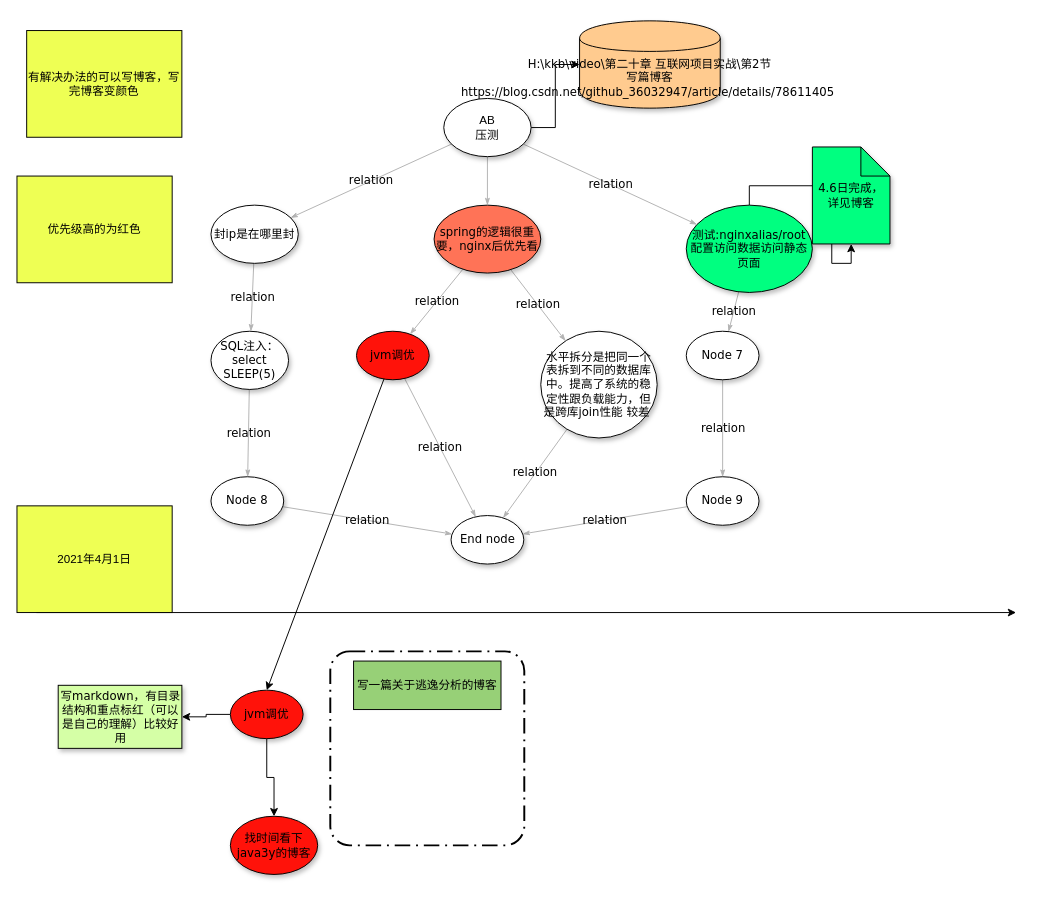
Above: 待办.drawio in pikefeier/diagrams (draw.io), before the change. Source tidied: cells renumbered, new cells numbered last; positions are measured from the earlier drawing's top-left corner, leaving out a move shared by most shapes. Both pictures are drawn from the tidied source at 97%, with x=0, y=0 at pixel (16, 20).
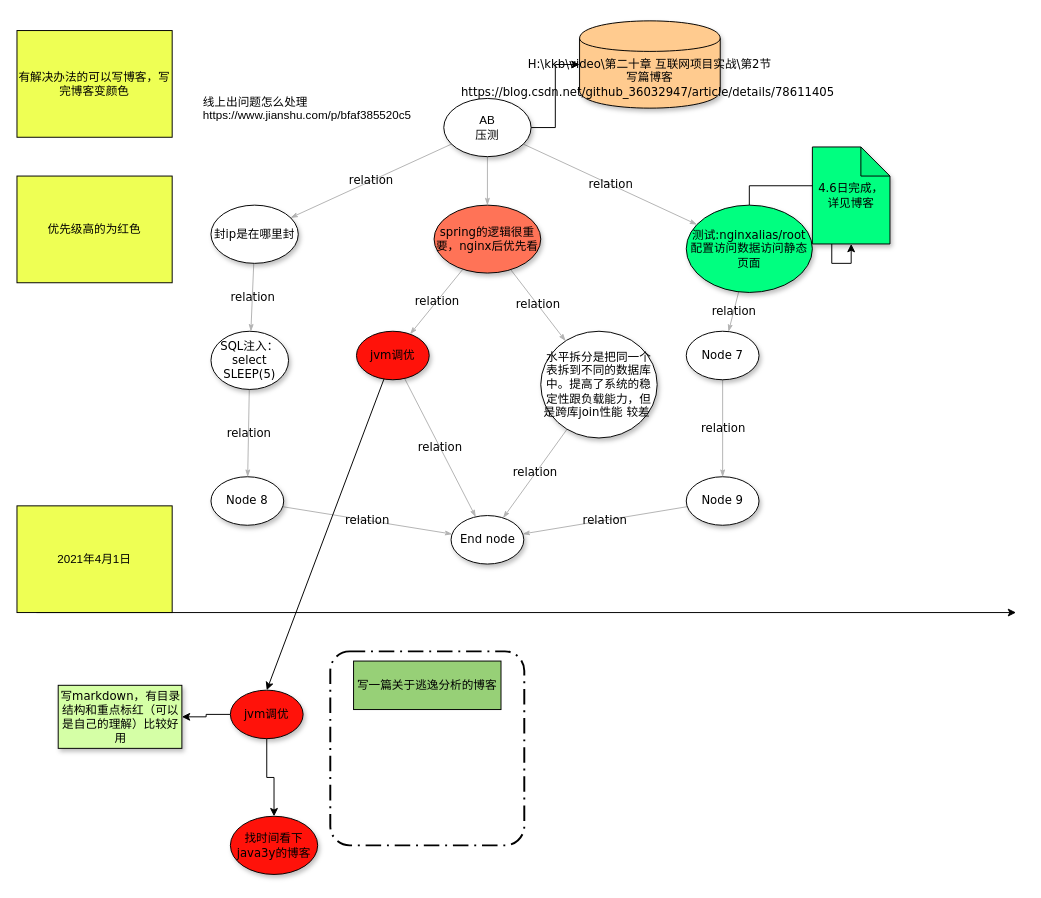
The same page after the edit.

What changed in the source:
```diff
@@
     <mxCell id="28" value="有解决办法的可以写博客，写完博客变颜色" style="rounded=0;whiteSpace=wrap;html=1;fillColor=#EEFF54;" parent="1" vertex="1">
-      <mxGeometry x="10" y="10" width="160" height="110" as="geometry" />
+      <mxGeometry y="10" width="160" height="110" as="geometry" />
     </mxCell>
@@
+    <mxCell id="42" value="线上出问题怎么处理&lt;br&gt;https://www.jianshu.com/p/bfaf385520c5" style="text;whiteSpace=wrap;html=1;" parent="1" vertex="1">
+      <mxGeometry x="190" y="70" width="240" height="30" as="geometry" />
+    </mxCell>
```
